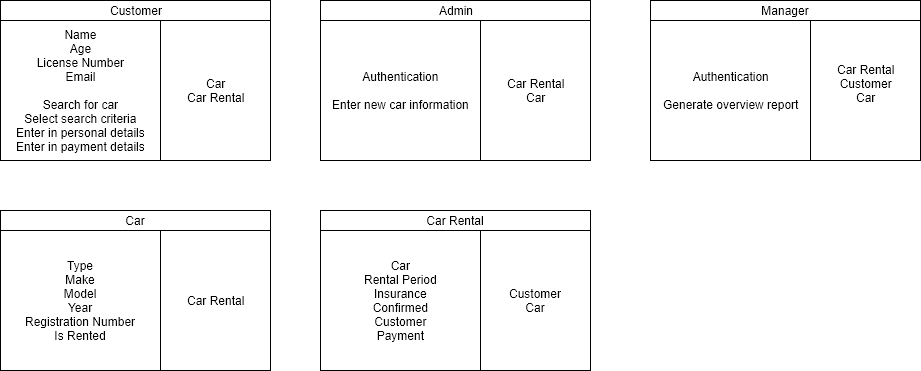
Earlier version of the draw.io export blog/post/lab03_04/crc.drawio.png (featherbear/UNSW-COMP1531). Source tidied: cells renumbered, new cells last; positions are measured from the earlier drawing's top-left corner, leaving out a move shared by most shapes. Source of this version:
```xml
<mxGraphModel>
  <root>
    <mxCell id="0" />
    <mxCell id="1" parent="0" />
    <mxCell id="2" style="group;" parent="1" vertex="1">
      <mxGeometry width="270" height="160" as="geometry" />
    </mxCell>
    <mxCell id="3" style="html=1;" parent="2" vertex="1">
      <mxGeometry width="270" height="160" as="geometry" />
    </mxCell>
    <mxCell id="4" value="&lt;div&gt;Car&lt;/div&gt;&lt;div&gt;Car Rental&lt;/div&gt;" style="html=1;" parent="2" vertex="1">
      <mxGeometry x="160" y="20" width="110" height="140" as="geometry" />
    </mxCell>
    <mxCell id="5" value="&lt;div&gt;Name&lt;/div&gt;&lt;div&gt;Age&lt;/div&gt;&lt;div&gt;License Number&lt;/div&gt;&lt;div&gt;Email&lt;/div&gt;&lt;div&gt;&lt;br&gt;&lt;/div&gt;&lt;div&gt;Search for car&lt;/div&gt;&lt;div&gt;Select search criteria&lt;/div&gt;&lt;div&gt;Enter in personal details&lt;/div&gt;&lt;div&gt;Enter in payment details&lt;br&gt;&lt;/div&gt;" style="html=1;" parent="2" vertex="1">
      <mxGeometry y="20" width="160" height="140" as="geometry" />
    </mxCell>
    <mxCell id="6" value="Customer" style="text;html=1;strokeColor=none;fillColor=none;align=center;verticalAlign=middle;whiteSpace=wrap;rounded=0;" parent="2" vertex="1">
      <mxGeometry width="270" height="20" as="geometry" />
    </mxCell>
    <mxCell id="7" style="group;" parent="1" vertex="1">
      <mxGeometry x="320" width="270" height="160" as="geometry" />
    </mxCell>
    <mxCell id="8" style="html=1;" parent="7" vertex="1">
      <mxGeometry width="270" height="160" as="geometry" />
    </mxCell>
    <mxCell id="9" value="&lt;div&gt;Car Rental&lt;/div&gt;&lt;div&gt;Car&lt;br&gt;&lt;/div&gt;" style="html=1;" parent="7" vertex="1">
      <mxGeometry x="160" y="20" width="110" height="140" as="geometry" />
    </mxCell>
    <mxCell id="10" value="&lt;div&gt;&lt;span&gt;Authentication&lt;/span&gt;&lt;br&gt;&lt;/div&gt;&lt;div&gt;&lt;span&gt;&lt;br&gt;&lt;/span&gt;&lt;/div&gt;&lt;div&gt;&lt;div&gt;Enter new car information&lt;/div&gt;&lt;/div&gt;" style="html=1;" parent="7" vertex="1">
      <mxGeometry y="20" width="160" height="140" as="geometry" />
    </mxCell>
    <mxCell id="11" value="Admin" style="text;html=1;strokeColor=none;fillColor=none;align=center;verticalAlign=middle;whiteSpace=wrap;rounded=0;" parent="7" vertex="1">
      <mxGeometry width="270" height="20" as="geometry" />
    </mxCell>
    <mxCell id="12" style="group;" parent="1" vertex="1">
      <mxGeometry x="650" width="270" height="160" as="geometry" />
    </mxCell>
    <mxCell id="13" style="html=1;" parent="12" vertex="1">
      <mxGeometry width="270" height="160" as="geometry" />
    </mxCell>
    <mxCell id="14" value="&lt;div&gt;Car Rental&lt;/div&gt;&lt;div&gt;Customer&lt;br&gt;&lt;/div&gt;&lt;div&gt;Car&lt;/div&gt;&lt;div&gt;&lt;br&gt;&lt;/div&gt;" style="html=1;" parent="12" vertex="1">
      <mxGeometry x="160" y="20" width="110" height="140" as="geometry" />
    </mxCell>
    <mxCell id="15" value="&lt;div&gt;&lt;span&gt;Authentication&lt;/span&gt;&lt;br&gt;&lt;/div&gt;&lt;div&gt;&lt;span&gt;&lt;br&gt;&lt;/span&gt;&lt;/div&gt;&lt;div&gt;&lt;div&gt;Generate overview report&lt;/div&gt;&lt;/div&gt;" style="html=1;" parent="12" vertex="1">
      <mxGeometry y="20" width="160" height="140" as="geometry" />
    </mxCell>
    <mxCell id="16" value="Manager" style="text;html=1;strokeColor=none;fillColor=none;align=center;verticalAlign=middle;whiteSpace=wrap;rounded=0;" parent="12" vertex="1">
      <mxGeometry width="270" height="20" as="geometry" />
    </mxCell>
    <mxCell id="17" style="group;" parent="1" vertex="1">
      <mxGeometry y="210" width="270" height="160" as="geometry" />
    </mxCell>
    <mxCell id="18" style="html=1;" parent="17" vertex="1">
      <mxGeometry width="270" height="160" as="geometry" />
    </mxCell>
    <mxCell id="19" value="Car Rental" style="html=1;" parent="17" vertex="1">
      <mxGeometry x="160" y="20" width="110" height="140" as="geometry" />
    </mxCell>
    <mxCell id="20" value="&lt;div&gt;Type&lt;/div&gt;&lt;div&gt;Make&lt;/div&gt;&lt;div&gt;Model&lt;/div&gt;&lt;div&gt;Year&lt;/div&gt;&lt;div&gt;Registration Number&lt;/div&gt;&lt;div&gt;Is Rented&lt;br&gt;&lt;/div&gt;" style="html=1;" parent="17" vertex="1">
      <mxGeometry y="20" width="160" height="140" as="geometry" />
    </mxCell>
    <mxCell id="21" value="Car" style="text;html=1;strokeColor=none;fillColor=none;align=center;verticalAlign=middle;whiteSpace=wrap;rounded=0;" parent="17" vertex="1">
      <mxGeometry width="270" height="20" as="geometry" />
    </mxCell>
    <mxCell id="22" style="group;" parent="1" vertex="1">
      <mxGeometry x="320" y="210" width="270" height="160" as="geometry" />
    </mxCell>
    <mxCell id="23" style="html=1;" parent="22" vertex="1">
      <mxGeometry width="270" height="160" as="geometry" />
    </mxCell>
    <mxCell id="24" value="&lt;div&gt;Customer&lt;/div&gt;&lt;div&gt;Car&lt;/div&gt;" style="html=1;" parent="22" vertex="1">
      <mxGeometry x="160" y="20" width="110" height="140" as="geometry" />
    </mxCell>
    <mxCell id="25" value="&lt;div&gt;Car&lt;/div&gt;&lt;div&gt;Rental Period&lt;/div&gt;&lt;div&gt;Insurance&lt;/div&gt;&lt;div&gt;Confirmed&lt;br&gt;&lt;/div&gt;&lt;div&gt;Customer&lt;br&gt;&lt;/div&gt;&lt;div&gt;Payment&lt;br&gt;&lt;/div&gt;" style="html=1;" parent="22" vertex="1">
      <mxGeometry y="20" width="160" height="140" as="geometry" />
    </mxCell>
    <mxCell id="26" value="Car Rental" style="text;html=1;strokeColor=none;fillColor=none;align=center;verticalAlign=middle;whiteSpace=wrap;rounded=0;" parent="22" vertex="1">
      <mxGeometry width="270" height="20" as="geometry" />
    </mxCell>
  </root>
</mxGraphModel>
```
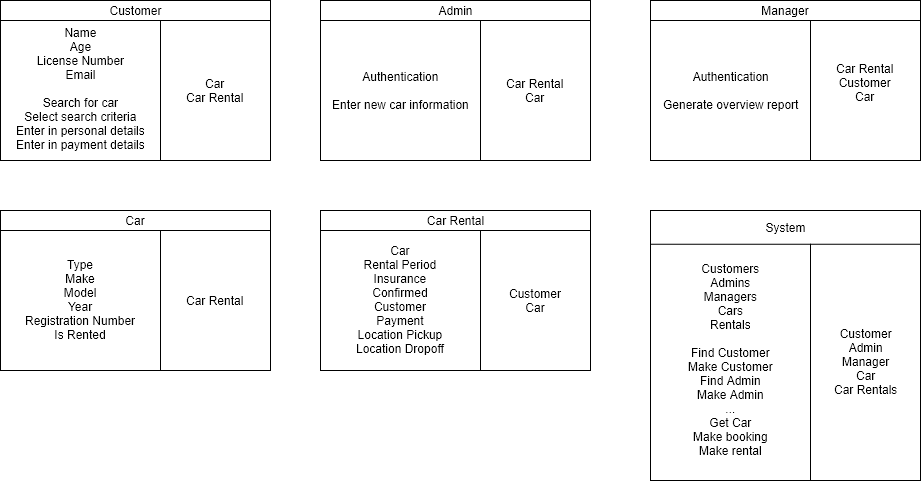
After the commit.

The edit, as a diff of the source:
```diff
@@ -71,11 +71,26 @@
     <mxCell id="24" value="&lt;div&gt;Customer&lt;/div&gt;&lt;div&gt;Car&lt;/div&gt;" style="html=1;" parent="22" vertex="1">
       <mxGeometry x="160" y="20" width="110" height="140" as="geometry" />
     </mxCell>
-    <mxCell id="25" value="&lt;div&gt;Car&lt;/div&gt;&lt;div&gt;Rental Period&lt;/div&gt;&lt;div&gt;Insurance&lt;/div&gt;&lt;div&gt;Confirmed&lt;br&gt;&lt;/div&gt;&lt;div&gt;Customer&lt;br&gt;&lt;/div&gt;&lt;div&gt;Payment&lt;br&gt;&lt;/div&gt;" style="html=1;" parent="22" vertex="1">
+    <mxCell id="25" value="&lt;div&gt;Car&lt;/div&gt;&lt;div&gt;Rental Period&lt;/div&gt;&lt;div&gt;Insurance&lt;/div&gt;&lt;div&gt;Confirmed&lt;br&gt;&lt;/div&gt;&lt;div&gt;Customer&lt;br&gt;&lt;/div&gt;&lt;div&gt;Payment&lt;br&gt;&lt;/div&gt;&lt;div&gt;Location Pickup&lt;br&gt;Location Dropoff&lt;/div&gt;" style="html=1;" parent="22" vertex="1">
       <mxGeometry y="20" width="160" height="140" as="geometry" />
     </mxCell>
     <mxCell id="26" value="Car Rental" style="text;html=1;strokeColor=none;fillColor=none;align=center;verticalAlign=middle;whiteSpace=wrap;rounded=0;" parent="22" vertex="1">
       <mxGeometry width="270" height="20" as="geometry" />
     </mxCell>
+    <mxCell id="27" style="group;" parent="1" vertex="1">
+      <mxGeometry x="650" y="210" width="270" height="270" as="geometry" />
+    </mxCell>
+    <mxCell id="28" style="html=1;" parent="27" vertex="1">
+      <mxGeometry width="270" height="270" as="geometry" />
+    </mxCell>
+    <mxCell id="29" value="&lt;div&gt;Customer&lt;/div&gt;&lt;div&gt;Admin&lt;/div&gt;&lt;div&gt;Manager&lt;/div&gt;&lt;div&gt;Car&lt;/div&gt;&lt;div&gt;Car Rentals&lt;/div&gt;" style="html=1;" parent="27" vertex="1">
+      <mxGeometry x="160" y="33.8" width="110" height="236.2" as="geometry" />
+    </mxCell>
+    <mxCell id="30" value="&lt;div&gt;Customers&lt;/div&gt;&lt;div&gt;Admins&lt;/div&gt;&lt;div&gt;Managers&lt;/div&gt;&lt;div&gt;Cars&lt;/div&gt;&lt;div&gt;Rentals&lt;/div&gt;&lt;div&gt;&lt;br&gt;&lt;/div&gt;&lt;div&gt;Find Customer&lt;/div&gt;&lt;div&gt;Make Customer&lt;/div&gt;&lt;div&gt;Find Admin&lt;/div&gt;&lt;div&gt;Make Admin&lt;/div&gt;&lt;div&gt;...&lt;/div&gt;&lt;div&gt;Get Car&lt;/div&gt;&lt;div&gt;Make booking&lt;/div&gt;&lt;div&gt;Make rental&lt;/div&gt;" style="html=1;" parent="27" vertex="1">
+      <mxGeometry y="33.8" width="160" height="236.2" as="geometry" />
+    </mxCell>
+    <mxCell id="31" value="System" style="text;html=1;strokeColor=none;fillColor=none;align=center;verticalAlign=middle;whiteSpace=wrap;rounded=0;" parent="27" vertex="1">
+      <mxGeometry width="270" height="33.8" as="geometry" />
+    </mxCell>
   </root>
 </mxGraphModel>
```
